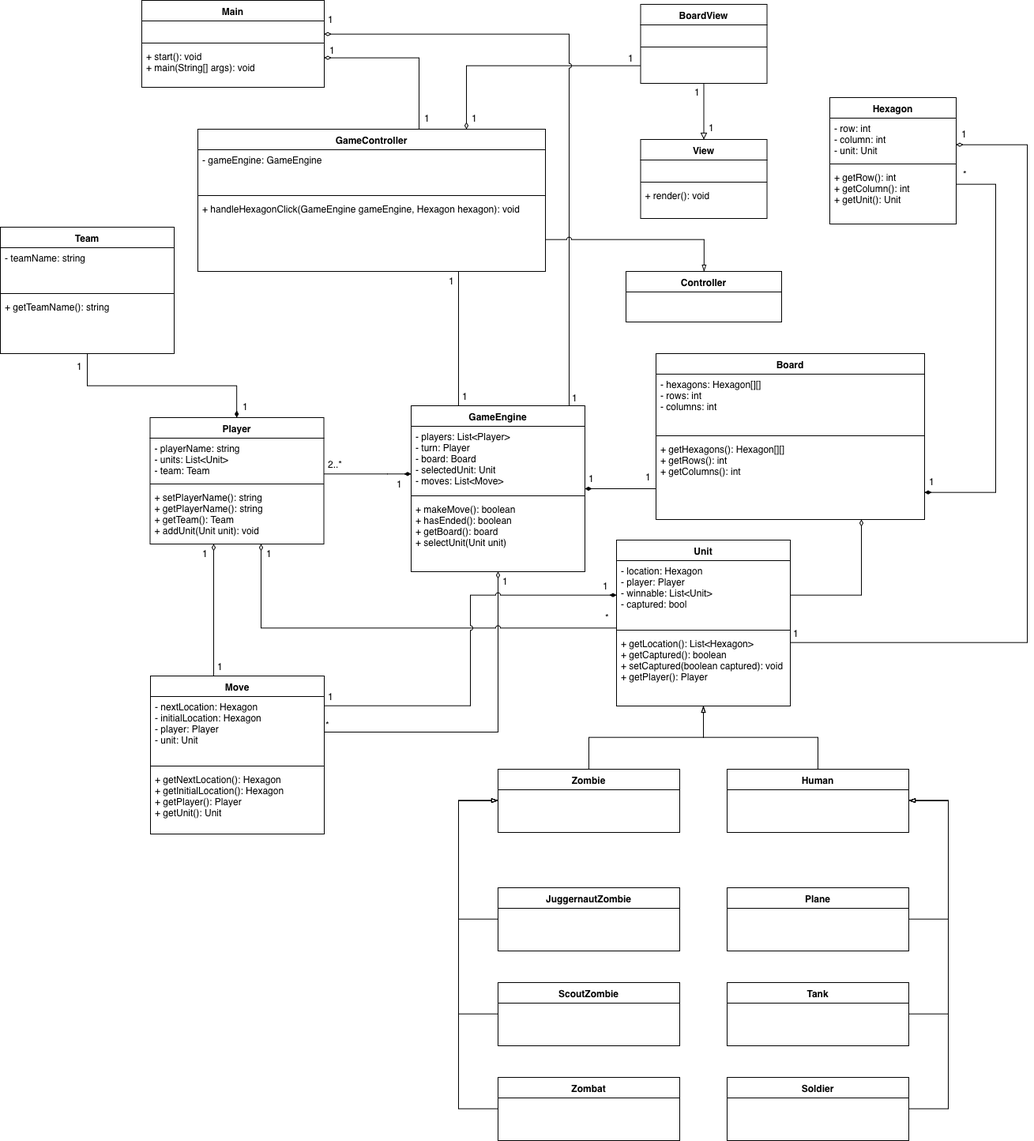
Above: diagrams/ClassDiagramV6.png in johnnyhuy/red-alert-2-board-game (draw.io), before the change. Source tidied: cells renumbered, new cells last; positions are measured from the earlier drawing's top-left corner, leaving out a move shared by most shapes.
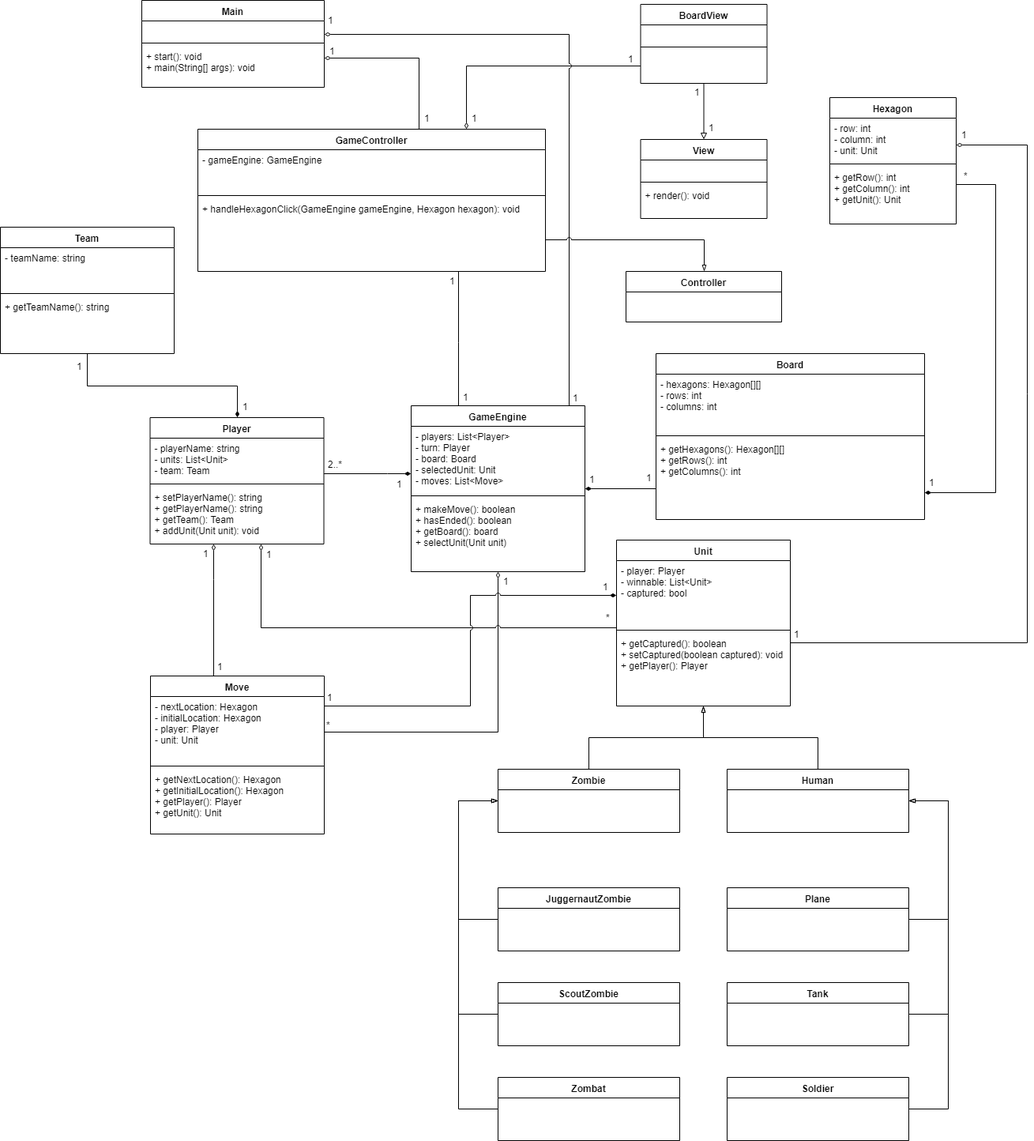
After the commit.

Commit message:
Removed link from Unit to Hex.

Change to the diagram source:
```diff
@@ -104,23 +104,16 @@
     <mxCell id="22" style="edgeStyle=orthogonalEdgeStyle;rounded=0;jettySize=auto;html=1;startArrow=blockThin;startFill=0;endArrow=none;endFill=0;" parent="1" edge="1" source="24" target="61">
       <mxGeometry relative="1" as="geometry" />
     </mxCell>
-    <mxCell id="23" style="edgeStyle=orthogonalEdgeStyle;rounded=0;jettySize=auto;html=1;endArrow=diamondThin;endFill=0;" parent="1" edge="1" source="24" target="14">
-      <mxGeometry relative="1" as="geometry">
-        <Array as="points">
-          <mxPoint x="1090" y="753" />
-        </Array>
-      </mxGeometry>
-    </mxCell>
     <mxCell id="24" value="Unit" style="swimlane;fontStyle=1;align=center;verticalAlign=top;horizontal=1;startSize=26;" parent="1" vertex="1">
       <mxGeometry x="780" y="683" width="220" height="210" as="geometry" />
     </mxCell>
-    <mxCell id="25" value="- location: Hexagon&#10;- player: Player&#10;- winnable: List&lt;Unit&gt;&#10;- captured: bool" style="text;strokeColor=none;fillColor=none;align=left;verticalAlign=top;spacingLeft=4;spacingRight=4;overflow=hidden;" parent="24" vertex="1">
+    <mxCell id="25" value="- player: Player&#10;- winnable: List&lt;Unit&gt;&#10;- captured: bool" style="text;strokeColor=none;fillColor=none;align=left;verticalAlign=top;spacingLeft=4;spacingRight=4;overflow=hidden;" parent="24" vertex="1">
       <mxGeometry y="26" width="220" height="84" as="geometry" />
     </mxCell>
     <mxCell id="26" style="line;strokeWidth=1;fillColor=none;align=left;verticalAlign=middle;spacingTop=-1;spacingLeft=3;spacingRight=3;labelPosition=right;" parent="24" vertex="1">
       <mxGeometry y="110" width="220" height="8" as="geometry" />
     </mxCell>
-    <mxCell id="27" value="+ getLocation(): List&lt;Hexagon&gt;&#10;+ getCaptured(): boolean&#10;+ setCaptured(boolean captured): void&#10;+ getPlayer(): Player&#10;" style="text;strokeColor=none;fillColor=none;align=left;verticalAlign=top;spacingLeft=4;spacingRight=4;overflow=hidden;points=[[0,0.5],[1,0.5]];portConstraint=eastwest;" parent="24" vertex="1">
+    <mxCell id="27" value="+ getCaptured(): boolean&#10;+ setCaptured(boolean captured): void&#10;+ getPlayer(): Player&#10;" style="text;strokeColor=none;fillColor=none;align=left;verticalAlign=top;spacingLeft=4;spacingRight=4;overflow=hidden;points=[[0,0.5],[1,0.5]];portConstraint=eastwest;" parent="24" vertex="1">
       <mxGeometry y="118" width="220" height="92" as="geometry" />
     </mxCell>
     <mxCell id="28" style="edgeStyle=orthogonalEdgeStyle;rounded=0;jettySize=auto;html=1;endArrow=none;endFill=0;startArrow=diamondThin;startFill=0;jumpStyle=arc;" parent="1" edge="1" source="34" target="83">
```
